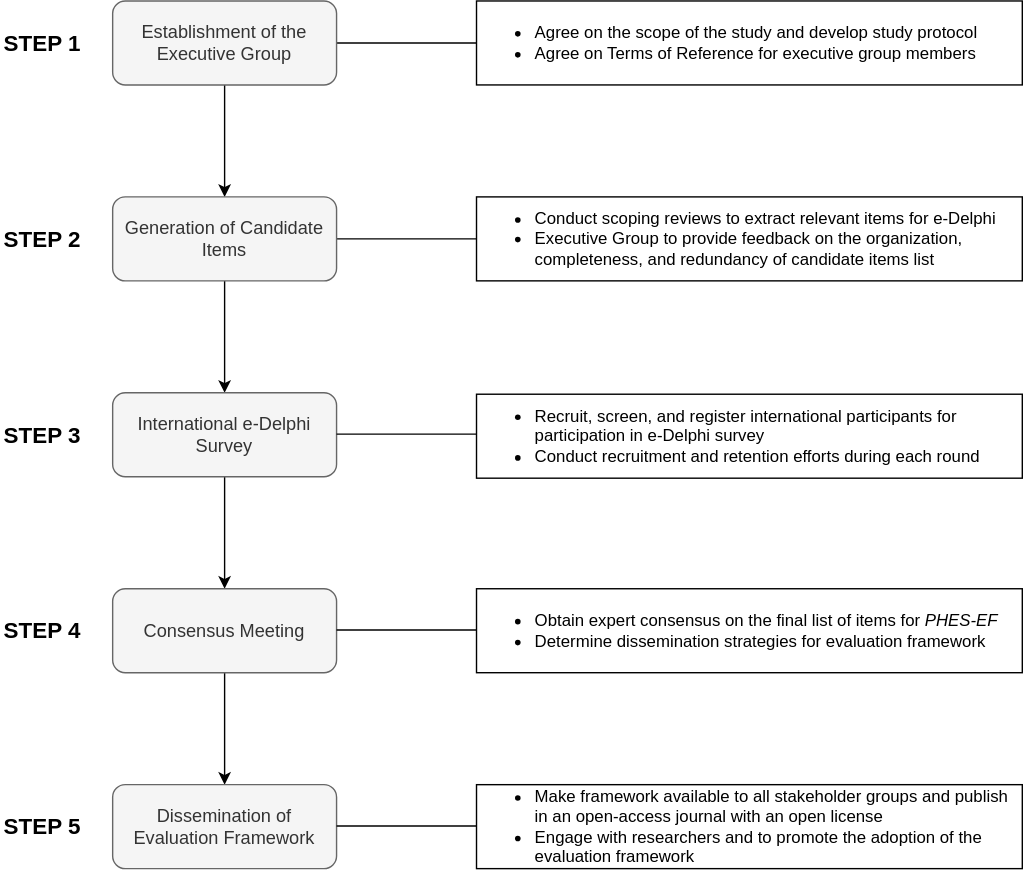
Before: qmd/images/dev_process.svg, a diagram exported from draw.io (Big-Life-Lab/PHES-EF). Source tidied: cells renumbered, new cells last; positions are measured from the earlier drawing's top-left corner, leaving out a move shared by most shapes.
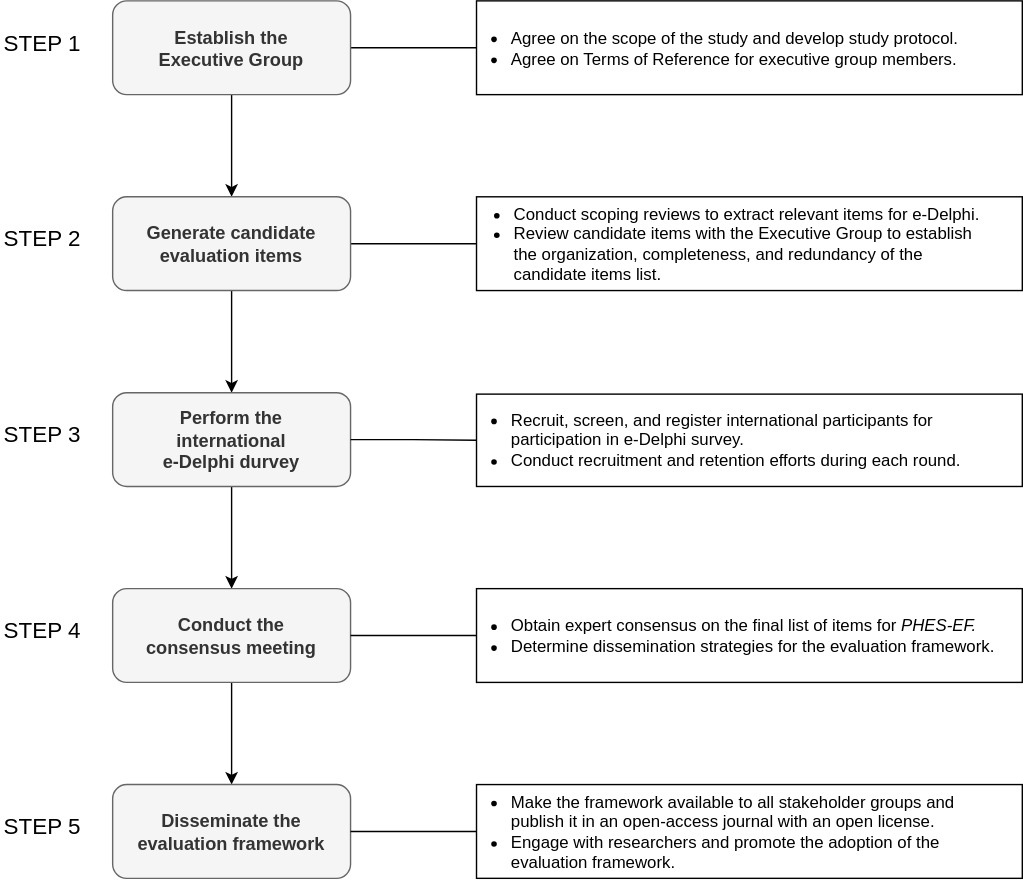
Later version of the same file.

Commit message:
updated study steps figure

Change to the diagram source:
```diff
@@ -2,90 +2,81 @@
   <root>
     <mxCell id="0" />
     <mxCell id="1" parent="0" />
-    <mxCell id="2" style="edgeStyle=orthogonalEdgeStyle;rounded=0;jettySize=auto;html=1;" parent="1" edge="1" source="5" target="8">
+    <mxCell id="2" style="edgeStyle=orthogonalEdgeStyle;rounded=0;jettySize=auto;html=1;fontFamily=Helvetica;" parent="1" edge="1" source="5" target="8">
       <mxGeometry relative="1" as="geometry" />
     </mxCell>
-    <mxCell id="3" style="edgeStyle=orthogonalEdgeStyle;rounded=0;jettySize=auto;html=1;strokeColor=none;endArrow=none;endFill=0;" parent="1" edge="1" target="14">
+    <mxCell id="3" style="edgeStyle=orthogonalEdgeStyle;rounded=0;jettySize=auto;html=1;strokeColor=none;endArrow=none;endFill=0;fontFamily=Helvetica;" parent="1" edge="1" target="14">
       <mxGeometry relative="1" as="geometry">
         <mxPoint x="240" y="30" as="sourcePoint" />
       </mxGeometry>
     </mxCell>
-    <mxCell id="4" style="edgeStyle=orthogonalEdgeStyle;rounded=0;jettySize=auto;html=1;endArrow=none;endFill=0;" parent="1" edge="1" source="5" target="14">
+    <mxCell id="4" style="edgeStyle=orthogonalEdgeStyle;rounded=0;jettySize=auto;html=1;endArrow=none;endFill=0;fontFamily=Helvetica;" parent="1" edge="1" source="5" target="14">
       <mxGeometry relative="1" as="geometry" />
     </mxCell>
-    <mxCell id="5" value="Establishment of the Executive Group" style="rounded=1;whiteSpace=wrap;html=1;fontStyle=0;fontSize=13;labelBackgroundColor=none;fillColor=#f5f5f5;fontColor=#333333;strokeColor=#666666;" parent="1" vertex="1">
-      <mxGeometry x="80" width="160" height="60" as="geometry" />
+    <mxCell id="5" value="&lt;b&gt;Establish the Executive Group&lt;/b&gt;" style="rounded=1;whiteSpace=wrap;html=1;fontStyle=0;fontSize=13;labelBackgroundColor=none;fillColor=#f5f5f5;fontColor=#333333;strokeColor=#666666;fontFamily=Helvetica;spacingLeft=15;spacingRight=15;spacing=0;" parent="1" vertex="1">
+      <mxGeometry x="80" width="170" height="67" as="geometry" />
     </mxCell>
-    <mxCell id="6" style="edgeStyle=orthogonalEdgeStyle;rounded=0;jettySize=auto;html=1;" parent="1" edge="1" source="8" target="10">
+    <mxCell id="6" style="edgeStyle=orthogonalEdgeStyle;rounded=0;jettySize=auto;html=1;fontFamily=Helvetica;" parent="1" edge="1" source="8" target="10">
       <mxGeometry relative="1" as="geometry" />
     </mxCell>
-    <mxCell id="7" style="edgeStyle=orthogonalEdgeStyle;rounded=0;jettySize=auto;html=1;endArrow=none;endFill=0;" parent="1" edge="1" source="8" target="15">
+    <mxCell id="7" style="edgeStyle=orthogonalEdgeStyle;rounded=0;jettySize=auto;html=1;endArrow=none;endFill=0;exitX=1;exitY=0.5;exitDx=0;exitDy=0;fontFamily=Helvetica;entryX=0;entryY=0.5;entryDx=0;entryDy=0;" parent="1" edge="1" source="8" target="15">
       <mxGeometry relative="1" as="geometry" />
     </mxCell>
-    <mxCell id="8" value="Generation of Candidate Items" style="rounded=1;whiteSpace=wrap;html=1;fontStyle=0;fontSize=13;fillColor=#f5f5f5;strokeColor=#666666;fontColor=#333333;" parent="1" vertex="1">
-      <mxGeometry x="80" y="140" width="160" height="60" as="geometry" />
+    <mxCell id="8" value="&lt;b&gt;Generate candidate &lt;br&gt;evaluation items&lt;/b&gt;" style="rounded=1;whiteSpace=wrap;html=1;fontStyle=0;fontSize=13;fillColor=#f5f5f5;strokeColor=#666666;fontColor=#333333;fontFamily=Helvetica;spacingLeft=15;spacingRight=15;spacing=0;" parent="1" vertex="1">
+      <mxGeometry x="80" y="140" width="170" height="67" as="geometry" />
     </mxCell>
-    <mxCell id="9" style="edgeStyle=orthogonalEdgeStyle;rounded=0;jettySize=auto;html=1;" parent="1" edge="1" source="10" target="12">
+    <mxCell id="9" style="edgeStyle=orthogonalEdgeStyle;rounded=0;jettySize=auto;html=1;fontFamily=Helvetica;" parent="1" edge="1" source="10" target="12">
       <mxGeometry relative="1" as="geometry" />
     </mxCell>
-    <mxCell id="10" value="International e-Delphi Survey" style="rounded=1;whiteSpace=wrap;html=1;fontStyle=0;fontSize=13;fillColor=#f5f5f5;fontColor=#333333;strokeColor=#666666;" parent="1" vertex="1">
-      <mxGeometry x="80" y="280" width="160" height="60" as="geometry" />
+    <mxCell id="10" value="&lt;b&gt;Perform the international &lt;br&gt;e-Delphi durvey&lt;/b&gt;" style="rounded=1;whiteSpace=wrap;html=1;fontStyle=0;fontSize=13;fillColor=#f5f5f5;fontColor=#333333;strokeColor=#666666;fontFamily=Helvetica;spacingLeft=15;spacingRight=15;spacing=0;" parent="1" vertex="1">
+      <mxGeometry x="80" y="280" width="170" height="67" as="geometry" />
     </mxCell>
-    <mxCell id="11" style="edgeStyle=orthogonalEdgeStyle;rounded=0;jettySize=auto;html=1;" parent="1" edge="1" source="12" target="13">
+    <mxCell id="11" style="edgeStyle=orthogonalEdgeStyle;rounded=0;jettySize=auto;html=1;fontFamily=Helvetica;" parent="1" edge="1" source="12" target="13">
       <mxGeometry relative="1" as="geometry" />
     </mxCell>
-    <mxCell id="12" value="Consensus Meeting" style="rounded=1;whiteSpace=wrap;html=1;fontStyle=0;fontSize=13;fillColor=#f5f5f5;fontColor=#333333;strokeColor=#666666;" parent="1" vertex="1">
-      <mxGeometry x="80" y="420" width="160" height="60" as="geometry" />
+    <mxCell id="12" value="&lt;b&gt;Conduct the consensus meeting&lt;/b&gt;" style="rounded=1;whiteSpace=wrap;html=1;fontStyle=0;fontSize=13;fillColor=#f5f5f5;fontColor=#333333;strokeColor=#666666;fontFamily=Helvetica;spacingLeft=15;spacingRight=15;spacing=0;" parent="1" vertex="1">
+      <mxGeometry x="80" y="420" width="170" height="67" as="geometry" />
     </mxCell>
-    <mxCell id="13" value="Dissemination of Evaluation Framework" style="rounded=1;whiteSpace=wrap;html=1;fontStyle=0;fontSize=13;fillColor=#f5f5f5;fontColor=#333333;strokeColor=#666666;" parent="1" vertex="1">
-      <mxGeometry x="80" y="560" width="160" height="60" as="geometry" />
+    <mxCell id="13" value="&lt;b&gt;Disseminate the evaluation framework&lt;/b&gt;" style="rounded=1;whiteSpace=wrap;html=1;fontStyle=0;fontSize=13;fillColor=#f5f5f5;fontColor=#333333;strokeColor=#666666;fontFamily=Helvetica;spacingLeft=15;spacingRight=15;spacing=0;" parent="1" vertex="1">
+      <mxGeometry x="80" y="560" width="170" height="67" as="geometry" />
     </mxCell>
-    <mxCell id="14" value="&lt;ul&gt;&lt;li&gt;&lt;span style=&quot;background-color: initial; text-align: justify;&quot;&gt;Agree on the scope of the study and develop study protocol&lt;/span&gt;&lt;/li&gt;&lt;li style=&quot;text-align: justify;&quot;&gt;Agree on Terms of Reference for executive group members&lt;/li&gt;&lt;/ul&gt;" style="whiteSpace=wrap;html=1;rounded=0;align=left;" parent="1" vertex="1">
-      <mxGeometry x="340" width="390" height="60" as="geometry" />
+    <mxCell id="14" value="&lt;ul&gt;&lt;li&gt;&lt;span style=&quot;background-color: initial; text-align: justify;&quot;&gt;Agree on the scope of the study and develop study protocol.&lt;/span&gt;&lt;/li&gt;&lt;li style=&quot;text-align: justify;&quot;&gt;Agree on Terms of Reference for executive group members.&lt;/li&gt;&lt;/ul&gt;" style="whiteSpace=wrap;html=1;rounded=0;align=left;fontFamily=Helvetica;spacingLeft=-15;spacingRight=20;spacing=0;" parent="1" vertex="1">
+      <mxGeometry x="340" width="390" height="67" as="geometry" />
     </mxCell>
-    <mxCell id="15" value="&lt;ul&gt;&lt;li&gt;&lt;span style=&quot;background-color: initial; text-align: justify;&quot;&gt;Conduct scoping reviews to extract&amp;nbsp;&lt;/span&gt;relevant items for e-Delphi&lt;/li&gt;&lt;li&gt;Executive Group to provide feedback on the organization, completeness, and redundancy of candidate items list&lt;/li&gt;&lt;/ul&gt;" style="whiteSpace=wrap;html=1;rounded=0;align=left;" parent="1" vertex="1">
-      <mxGeometry x="340" y="140" width="390" height="60" as="geometry" />
+    <mxCell id="15" value="&lt;ul&gt;&lt;li&gt;&lt;span style=&quot;background-color: initial; text-align: justify;&quot;&gt;Conduct scoping reviews to extract&amp;nbsp;&lt;/span&gt;relevant items for e-Delphi.&lt;/li&gt;&lt;li&gt;Review candidate items with the Executive Group to establish the organization, completeness, and redundancy of the candidate items list.&lt;/li&gt;&lt;/ul&gt;" style="whiteSpace=wrap;html=1;rounded=0;align=left;fontFamily=Helvetica;spacingLeft=-15;spacingRight=20;" parent="1" vertex="1">
+      <mxGeometry x="340" y="140" width="390" height="67" as="geometry" />
     </mxCell>
-    <mxCell id="16" value="&lt;ul&gt;&lt;li style=&quot;&quot;&gt;Recruit, screen, and register international participants for participation in e-Delphi survey&lt;/li&gt;&lt;li style=&quot;&quot;&gt;Conduct recruitment and retention efforts during each round&lt;/li&gt;&lt;/ul&gt;" style="whiteSpace=wrap;html=1;rounded=0;align=left;" parent="1" vertex="1">
-      <mxGeometry x="340" y="281" width="390" height="60" as="geometry" />
+    <mxCell id="16" value="&lt;ul&gt;&lt;li style=&quot;&quot;&gt;Recruit, screen, and register international participants for participation in e-Delphi survey.&lt;/li&gt;&lt;li style=&quot;&quot;&gt;Conduct recruitment and retention efforts during each round.&lt;/li&gt;&lt;/ul&gt;" style="whiteSpace=wrap;html=1;rounded=0;align=left;fontFamily=Helvetica;textDirection=ltr;spacing=0;spacingRight=20;spacingLeft=-15;" parent="1" vertex="1">
+      <mxGeometry x="340" y="281" width="390" height="66" as="geometry" />
     </mxCell>
-    <mxCell id="17" style="edgeStyle=orthogonalEdgeStyle;rounded=0;orthogonalLoop=1;jettySize=auto;html=1;endArrow=none;endFill=0;" parent="1" edge="1">
-      <mxGeometry relative="1" as="geometry">
-        <mxPoint x="240" y="309.5" as="sourcePoint" />
-        <mxPoint x="340" y="309.5" as="targetPoint" />
-      </mxGeometry>
+    <mxCell id="17" style="edgeStyle=orthogonalEdgeStyle;rounded=0;jettySize=auto;html=1;endArrow=none;endFill=0;exitX=1;exitY=0.5;exitDx=0;exitDy=0;entryX=0;entryY=0.5;entryDx=0;entryDy=0;fontFamily=Helvetica;" parent="1" edge="1" source="10" target="16">
+      <mxGeometry relative="1" as="geometry" />
     </mxCell>
-    <mxCell id="18" value="&lt;ul&gt;&lt;li style=&quot;&quot;&gt;Obtain expert consensus on the final list of items for &lt;i&gt;PHES-EF&lt;/i&gt;&lt;/li&gt;&lt;li style=&quot;&quot;&gt;Determine dissemination strategies for evaluation framework&lt;/li&gt;&lt;/ul&gt;" style="whiteSpace=wrap;html=1;rounded=0;align=left;" parent="1" vertex="1">
-      <mxGeometry x="340" y="420" width="390" height="60" as="geometry" />
+    <mxCell id="18" value="&lt;ul&gt;&lt;li style=&quot;&quot;&gt;Obtain expert consensus on the final list of items for &lt;i&gt;PHES-EF.&lt;/i&gt;&lt;/li&gt;&lt;li style=&quot;&quot;&gt;Determine dissemination strategies for the evaluation framework.&lt;/li&gt;&lt;/ul&gt;" style="whiteSpace=wrap;html=1;rounded=0;align=left;fontFamily=Helvetica;spacingLeft=-15;spacingRight=20;spacing=0;" parent="1" vertex="1">
+      <mxGeometry x="340" y="420" width="390" height="67" as="geometry" />
     </mxCell>
-    <mxCell id="19" value="&lt;ul&gt;&lt;li style=&quot;&quot;&gt;Make framework available to all stakeholder groups and publish in an open-access journal with an open license&lt;/li&gt;&lt;li style=&quot;&quot;&gt;Engage with researchers and to promote the adoption of the evaluation framework&lt;/li&gt;&lt;/ul&gt;" style="whiteSpace=wrap;html=1;rounded=0;align=left;" parent="1" vertex="1">
-      <mxGeometry x="340" y="560" width="390" height="60" as="geometry" />
+    <mxCell id="19" value="&lt;ul&gt;&lt;li&gt;&lt;span style=&quot;background-color: initial;&quot;&gt;Make the framework available to all stakeholder groups and publish it in an open-access journal with an open license.&lt;/span&gt;&lt;/li&gt;&lt;li&gt;&lt;span style=&quot;background-color: initial;&quot;&gt;Engage with researchers and promote the adoption of the evaluation framework.&lt;/span&gt;&lt;/li&gt;&lt;/ul&gt;" style="whiteSpace=wrap;html=1;rounded=0;align=left;fontFamily=Helvetica;spacingLeft=-15;spacingRight=20;spacing=0;" parent="1" vertex="1">
+      <mxGeometry x="340" y="560" width="390" height="67" as="geometry" />
     </mxCell>
-    <mxCell id="20" style="edgeStyle=orthogonalEdgeStyle;rounded=0;orthogonalLoop=1;jettySize=auto;html=1;endArrow=none;endFill=0;" parent="1" edge="1">
-      <mxGeometry relative="1" as="geometry">
-        <mxPoint x="240" y="449.5" as="sourcePoint" />
-        <mxPoint x="340" y="449.5" as="targetPoint" />
-      </mxGeometry>
+    <mxCell id="20" style="edgeStyle=orthogonalEdgeStyle;rounded=0;jettySize=auto;html=1;endArrow=none;endFill=0;entryX=0;entryY=0.5;entryDx=0;entryDy=0;exitX=1;exitY=0.5;exitDx=0;exitDy=0;fontFamily=Helvetica;" parent="1" edge="1" source="12" target="18">
+      <mxGeometry relative="1" as="geometry" />
     </mxCell>
-    <mxCell id="21" style="edgeStyle=orthogonalEdgeStyle;rounded=0;orthogonalLoop=1;jettySize=auto;html=1;endArrow=none;endFill=0;" parent="1" edge="1">
-      <mxGeometry relative="1" as="geometry">
-        <mxPoint x="240" y="589.5" as="sourcePoint" />
-        <mxPoint x="340" y="589.5" as="targetPoint" />
-      </mxGeometry>
+    <mxCell id="21" style="edgeStyle=orthogonalEdgeStyle;rounded=0;jettySize=auto;html=1;endArrow=none;endFill=0;entryX=0;entryY=0.5;entryDx=0;entryDy=0;exitX=1;exitY=0.5;exitDx=0;exitDy=0;fontFamily=Helvetica;" parent="1" edge="1" source="13" target="19">
+      <mxGeometry relative="1" as="geometry" />
     </mxCell>
-    <mxCell id="22" value="STEP 1" style="text;html=1;strokeColor=none;fillColor=none;align=center;verticalAlign=middle;whiteSpace=wrap;rounded=0;fontSize=16;fontStyle=1;" parent="1" vertex="1">
+    <mxCell id="22" value="&lt;span&gt;STEP 1&lt;/span&gt;" style="text;html=1;strokeColor=none;fillColor=none;align=center;verticalAlign=middle;whiteSpace=wrap;rounded=0;fontSize=16;fontStyle=0;fontFamily=Helvetica;" parent="1" vertex="1">
       <mxGeometry y="15" width="60" height="30" as="geometry" />
     </mxCell>
-    <mxCell id="23" value="STEP 2" style="text;html=1;strokeColor=none;fillColor=none;align=center;verticalAlign=middle;whiteSpace=wrap;rounded=0;fontSize=16;fontStyle=1;" parent="1" vertex="1">
+    <mxCell id="23" value="STEP 2" style="text;html=1;strokeColor=none;fillColor=none;align=center;verticalAlign=middle;whiteSpace=wrap;rounded=0;fontSize=16;fontStyle=0;fontFamily=Helvetica;" parent="1" vertex="1">
       <mxGeometry y="155" width="60" height="30" as="geometry" />
     </mxCell>
-    <mxCell id="24" value="STEP 3" style="text;html=1;strokeColor=none;fillColor=none;align=center;verticalAlign=middle;whiteSpace=wrap;rounded=0;fontSize=16;fontStyle=1;" parent="1" vertex="1">
+    <mxCell id="24" value="STEP 3" style="text;html=1;strokeColor=none;fillColor=none;align=center;verticalAlign=middle;whiteSpace=wrap;rounded=0;fontSize=16;fontStyle=0;fontFamily=Helvetica;" parent="1" vertex="1">
       <mxGeometry y="295" width="60" height="30" as="geometry" />
     </mxCell>
-    <mxCell id="25" value="STEP 5" style="text;html=1;strokeColor=none;fillColor=none;align=center;verticalAlign=middle;whiteSpace=wrap;rounded=0;fontSize=16;fontStyle=1;" parent="1" vertex="1">
+    <mxCell id="25" value="STEP 5" style="text;html=1;strokeColor=none;fillColor=none;align=center;verticalAlign=middle;whiteSpace=wrap;rounded=0;fontSize=16;fontStyle=0;fontFamily=Helvetica;" parent="1" vertex="1">
       <mxGeometry y="575" width="60" height="30" as="geometry" />
     </mxCell>
-    <mxCell id="26" value="STEP 4" style="text;html=1;strokeColor=none;fillColor=none;align=center;verticalAlign=middle;whiteSpace=wrap;rounded=0;fontSize=16;fontStyle=1;" parent="1" vertex="1">
+    <mxCell id="26" value="STEP 4" style="text;html=1;strokeColor=none;fillColor=none;align=center;verticalAlign=middle;whiteSpace=wrap;rounded=0;fontSize=16;fontStyle=0;fontFamily=Helvetica;" parent="1" vertex="1">
       <mxGeometry y="435" width="60" height="30" as="geometry" />
     </mxCell>
   </root>
```
